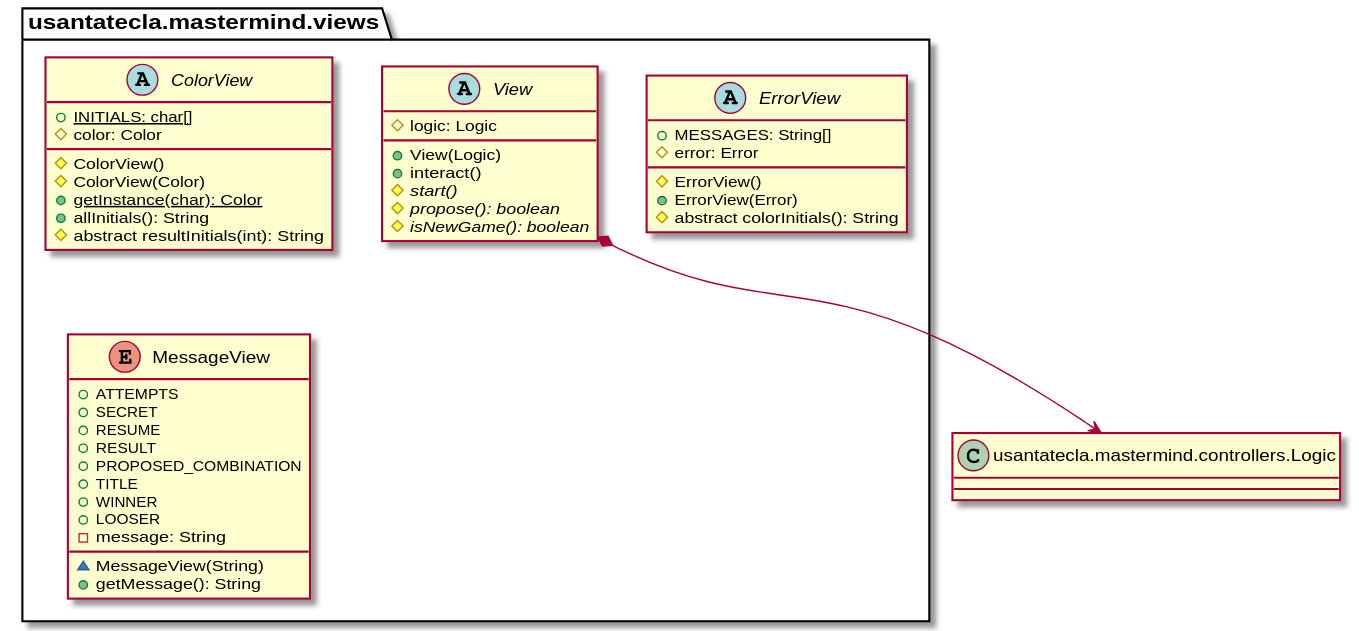
This is modelViewPresenter/presentationModel/withFacade/docs/diagrams/out/paquetes/usantatecla.mastermind.views.svg from SantaTecla-mastermind/solution.java.swing.socket.sql, a PlantUML export, as it was before one commit.
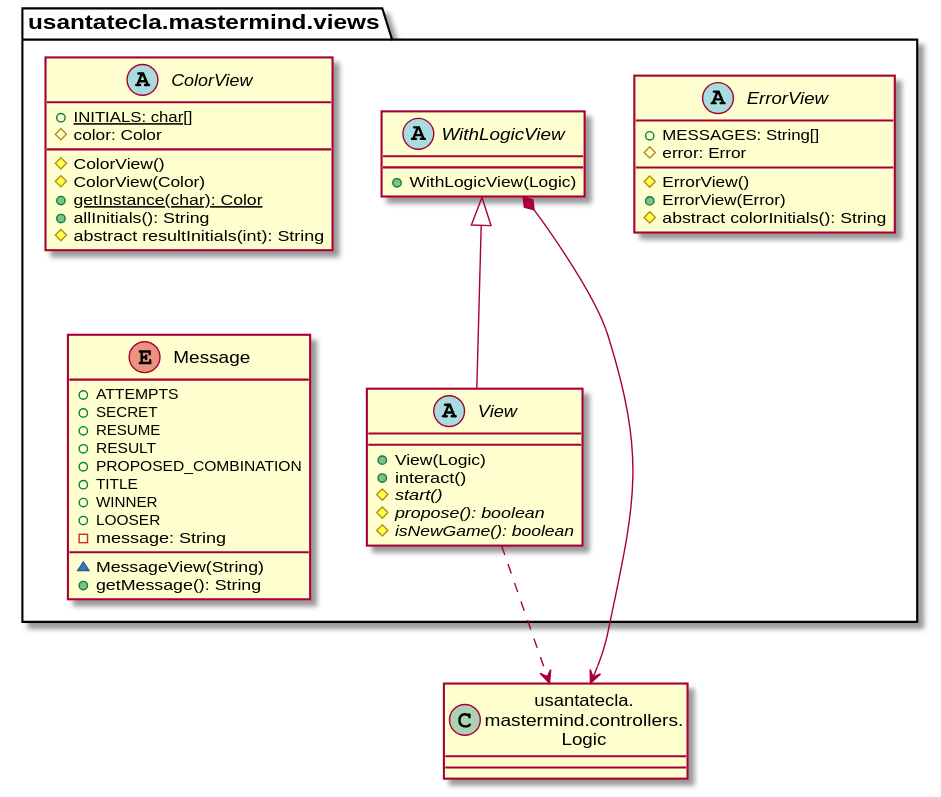
After the commit.

Diff of the diagram source:
```diff
@@ -1,47 +1,50 @@
 @startuml
+class Logic as "usantatecla.\nmastermind.controllers.\nLogic"
+
+abstract class usantatecla.mastermind.views.WithLogicView {
+    + WithLogicView(Logic)
+}
+usantatecla.mastermind.views.WithLogicView *-down-> Logic
+
 abstract class  usantatecla.mastermind.views.ColorView{
-+ {static} INITIALS: char[]
-# color: Color
-# ColorView()
-# ColorView(Color)
-+ {static} getInstance(char): Color
-+ allInitials(): String
-# abstract resultInitials(int): String
+    + {static} INITIALS: char[]
+    # color: Color
+    # ColorView()
+    # ColorView(Color)
+    + {static} getInstance(char): Color
+    + allInitials(): String
+    # abstract resultInitials(int): String
 }
 
 abstract class  usantatecla.mastermind.views.ErrorView{
-+ MESSAGES: String[]
-# error: Error
-# ErrorView()
-+ ErrorView(Error)
-# abstract colorInitials(): String
+    + MESSAGES: String[]
+    # error: Error
+    # ErrorView()
+    + ErrorView(Error)
+    # abstract colorInitials(): String
 }
 
- enum  usantatecla.mastermind.views.Message{
-+ ATTEMPTS
-+ SECRET
-+ RESUME
-+ RESULT
-+ PROPOSED_COMBINATION
-+ TITLE
-+ WINNER
-+ LOOSER
-- message: String
-~ MessageView(String)
-+ getMessage(): String
+enum  usantatecla.mastermind.views.Message{
+    + ATTEMPTS
+    + SECRET
+    + RESUME
+    + RESULT
+    + PROPOSED_COMBINATION
+    + TITLE
+    + WINNER
+    + LOOSER
+    - message: String
+    ~ MessageView(String)
+    + getMessage(): String
 }
 
 abstract class  usantatecla.mastermind.views.View{
-# logic: Logic
-+ View(Logic)
-+ interact()
-# {abstract} start()
-# {abstract} propose(): boolean
-# {abstract} isNewGame(): boolean
+    + View(Logic)
+    + interact()
+    # {abstract} start()
+    # {abstract} propose(): boolean
+    # {abstract} isNewGame(): boolean
 }
-class Logic as "usantatecla.mastermind.controllers.Logic" {
-
-
-}
-usantatecla.mastermind.views.View *-down-> Logic
+usantatecla.mastermind.views.View -up-|> usantatecla.mastermind.views.WithLogicView
+usantatecla.mastermind.views.View .down.> Logic
 @enduml
```
